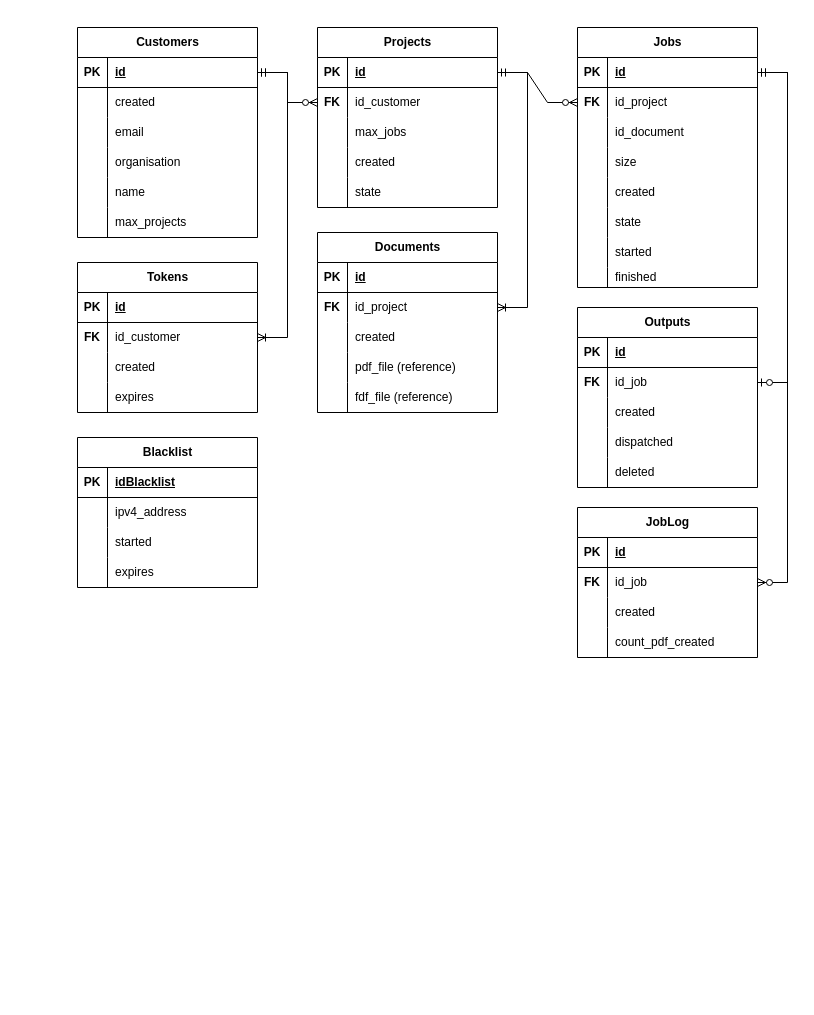
Earlier version of the draw.io diagram docs/pff-api.drawio (edenst-TPH/pdf-form-filling-api). Source tidied: cells renumbered, new cells numbered last; positions are measured from the earlier drawing's top-left corner, leaving out a move shared by most shapes. Both pictures are drawn from the tidied source at 100%, with x=0, y=0 at pixel (-83, 27).
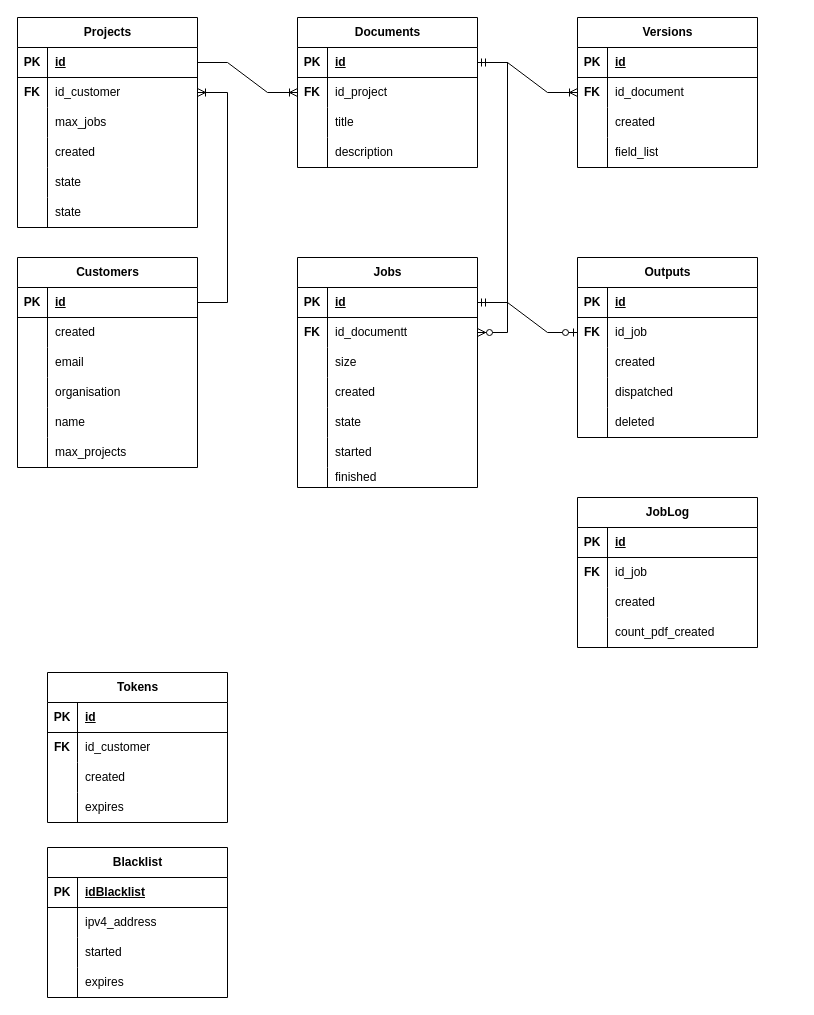
The same page after the edit.

The change refers to these unchanged cells:
```xml
<mxCell id="3" style="shape=tableRow;horizontal=0;startSize=0;swimlaneHead=0;swimlaneBody=0;fillColor=none;points=[[0,0.5],[1,0.5]];portConstraint=eastwest;top=0;left=0;right=0;bottom=1;" parent="2" vertex="1">
  <mxGeometry y="30" width="180" height="30" as="geometry" />
</mxCell>
<mxCell id="6" style="shape=tableRow;horizontal=0;startSize=0;swimlaneHead=0;swimlaneBody=0;fillColor=none;points=[[0,0.5],[1,0.5]];portConstraint=eastwest;top=0;left=0;right=0;bottom=0;" parent="2" vertex="1">
  <mxGeometry y="60" width="180" height="30" as="geometry" />
</mxCell>
<mxCell id="28" style="shape=tableRow;horizontal=0;startSize=0;swimlaneHead=0;swimlaneBody=0;fillColor=none;points=[[0,0.5],[1,0.5]];portConstraint=eastwest;top=0;left=0;right=0;bottom=1;" parent="27" vertex="1">
  <mxGeometry y="30" width="180" height="30" as="geometry" />
</mxCell>
<mxCell id="34" style="shape=tableRow;horizontal=0;startSize=0;swimlaneHead=0;swimlaneBody=0;fillColor=none;top=0;left=0;right=0;bottom=0;" parent="27" vertex="1">
  <mxGeometry y="90" width="180" height="30" as="geometry" />
</mxCell>
<mxCell id="37" style="shape=tableRow;horizontal=0;startSize=0;swimlaneHead=0;swimlaneBody=0;fillColor=none;top=0;left=0;right=0;bottom=0;" parent="27" vertex="1">
  <mxGeometry y="120" width="180" height="30" as="geometry" />
</mxCell>
<mxCell id="47" style="shape=tableRow;horizontal=0;startSize=0;swimlaneHead=0;swimlaneBody=0;fillColor=none;points=[[0,0.5],[1,0.5]];portConstraint=eastwest;top=0;left=0;right=0;bottom=0;" parent="43" vertex="1">
  <mxGeometry y="60" width="180" height="30" as="geometry" />
</mxCell>
<mxCell id="62" style="shape=tableRow;horizontal=0;startSize=0;swimlaneHead=0;swimlaneBody=0;fillColor=none;points=[[0,0.5],[1,0.5]];portConstraint=eastwest;top=0;left=0;right=0;bottom=0;" parent="58" vertex="1">
  <mxGeometry y="60" width="180" height="30" as="geometry" />
</mxCell>
<mxCell id="72" style="shape=tableRow;horizontal=0;startSize=0;swimlaneHead=0;swimlaneBody=0;fillColor=none;points=[[0,0.5],[1,0.5]];portConstraint=eastwest;top=0;left=0;right=0;bottom=1;" parent="71" vertex="1">
  <mxGeometry y="30" width="180" height="30" as="geometry" />
</mxCell>
<mxCell id="106" style="shape=tableRow;horizontal=0;startSize=0;swimlaneHead=0;swimlaneBody=0;fillColor=none;points=[[0,0.5],[1,0.5]];portConstraint=eastwest;top=0;left=0;right=0;bottom=1;" parent="105" vertex="1">
  <mxGeometry y="30" width="180" height="30" as="geometry" />
</mxCell>
<mxCell id="109" style="shape=tableRow;horizontal=0;startSize=0;swimlaneHead=0;swimlaneBody=0;fillColor=none;points=[[0,0.5],[1,0.5]];portConstraint=eastwest;top=0;left=0;right=0;bottom=0;" parent="105" vertex="1">
  <mxGeometry y="60" width="180" height="30" as="geometry" />
</mxCell>
```

What changed in the source:
```diff
@@
     <mxCell id="2" value="Jobs" style="shape=table;startSize=30;childLayout=tableLayout;rowLines=0;fontStyle=1;align=center;html=1;" parent="1" vertex="1">
-      <mxGeometry x="660" width="180" height="260" as="geometry" />
+      <mxGeometry x="380" y="230" width="180" height="230" as="geometry" />
     </mxCell>
@@
-    <mxCell id="8" value="id_project" style="shape=partialRectangle;fillColor=none;top=0;left=0;bottom=0;right=0;align=left;spacingLeft=6;overflow=hidden;whiteSpace=wrap;html=1;" parent="6" vertex="1">
+    <mxCell id="8" value="id_documentt" style="shape=partialRectangle;fillColor=none;top=0;left=0;bottom=0;right=0;align=left;spacingLeft=6;overflow=hidden;whiteSpace=wrap;html=1;" parent="6" vertex="1">
       <mxGeometry x="30" width="150" height="30" as="geometry" />
     </mxCell>
-    <mxCell id="9" style="shape=tableRow;horizontal=0;startSize=0;swimlaneHead=0;swimlaneBody=0;fillColor=none;top=0;left=0;right=0;bottom=0;" parent="2" vertex="1">
-      <mxGeometry y="90" width="180" height="30" as="geometry" />
-    </mxCell>
-    <mxCell id="10" style="shape=partialRectangle;fillColor=none;top=0;left=0;bottom=0;right=0;overflow=hidden;whiteSpace=wrap;html=1;" parent="9" vertex="1">
-      <mxGeometry width="30" height="30" as="geometry" />
-    </mxCell>
-    <mxCell id="11" value="id_document" style="shape=partialRectangle;fillColor=none;top=0;left=0;bottom=0;right=0;align=left;spacingLeft=6;overflow=hidden;whiteSpace=wrap;html=1;" parent="9" vertex="1">
-      <mxGeometry x="30" width="150" height="30" as="geometry" />
-    </mxCell>
     <mxCell id="12" style="shape=tableRow;horizontal=0;startSize=0;swimlaneHead=0;swimlaneBody=0;fillColor=none;top=0;left=0;right=0;bottom=0;" parent="2" vertex="1">
-      <mxGeometry y="120" width="180" height="30" as="geometry" />
+      <mxGeometry y="90" width="180" height="30" as="geometry" />
     </mxCell>
@@
     <mxCell id="15" style="shape=tableRow;horizontal=0;startSize=0;swimlaneHead=0;swimlaneBody=0;fillColor=none;top=0;left=0;right=0;bottom=0;" parent="2" vertex="1">
-      <mxGeometry y="150" width="180" height="30" as="geometry" />
+      <mxGeometry y="120" width="180" height="30" as="geometry" />
     </mxCell>
@@
     <mxCell id="18" style="shape=tableRow;horizontal=0;startSize=0;swimlaneHead=0;swimlaneBody=0;fillColor=none;top=0;left=0;right=0;bottom=0;" parent="2" vertex="1">
-      <mxGeometry y="180" width="180" height="30" as="geometry" />
+      <mxGeometry y="150" width="180" height="30" as="geometry" />
     </mxCell>
@@
     <mxCell id="21" style="shape=tableRow;horizontal=0;startSize=0;swimlaneHead=0;swimlaneBody=0;fillColor=none;top=0;left=0;right=0;bottom=0;" parent="2" vertex="1">
-      <mxGeometry y="210" width="180" height="30" as="geometry" />
+      <mxGeometry y="180" width="180" height="30" as="geometry" />
     </mxCell>
@@
     <mxCell id="24" style="shape=tableRow;horizontal=0;startSize=0;swimlaneHead=0;swimlaneBody=0;fillColor=none;top=0;left=0;right=0;bottom=0;" parent="2" vertex="1">
-      <mxGeometry y="240" width="180" height="20" as="geometry" />
+      <mxGeometry y="210" width="180" height="20" as="geometry" />
     </mxCell>
@@
     <mxCell id="27" value="Documents" style="shape=table;startSize=30;childLayout=tableLayout;rowLines=0;fontStyle=1;align=center;html=1;" parent="1" vertex="1">
-      <mxGeometry x="400" y="205" width="180" height="180" as="geometry" />
+      <mxGeometry x="380" y="-10" width="180" height="150" as="geometry" />
     </mxCell>
@@
-    <mxCell id="36" value="created" style="shape=partialRectangle;fillColor=none;top=0;left=0;bottom=0;right=0;align=left;spacingLeft=6;overflow=hidden;whiteSpace=wrap;html=1;" parent="34" vertex="1">
+    <mxCell id="36" value="title" style="shape=partialRectangle;fillColor=none;top=0;left=0;bottom=0;right=0;align=left;spacingLeft=6;overflow=hidden;whiteSpace=wrap;html=1;" parent="34" vertex="1">
       <mxGeometry x="30" width="150" height="30" as="geometry" />
     </mxCell>
@@
-    <mxCell id="39" value="pdf_file (reference)" style="shape=partialRectangle;fillColor=none;top=0;left=0;bottom=0;right=0;align=left;spacingLeft=6;overflow=hidden;whiteSpace=wrap;html=1;" parent="37" vertex="1">
+    <mxCell id="39" value="description" style="shape=partialRectangle;fillColor=none;top=0;left=0;bottom=0;right=0;align=left;spacingLeft=6;overflow=hidden;whiteSpace=wrap;html=1;" parent="37" vertex="1">
       <mxGeometry x="30" width="150" height="30" as="geometry" />
     </mxCell>
-    <mxCell id="40" style="shape=tableRow;horizontal=0;startSize=0;swimlaneHead=0;swimlaneBody=0;fillColor=none;top=0;left=0;right=0;bottom=0;" parent="27" vertex="1">
-      <mxGeometry y="150" width="180" height="30" as="geometry" />
-    </mxCell>
-    <mxCell id="41" style="shape=partialRectangle;fillColor=none;top=0;left=0;bottom=0;right=0;overflow=hidden;whiteSpace=wrap;html=1;" parent="40" vertex="1">
-      <mxGeometry width="30" height="30" as="geometry" />
-    </mxCell>
-    <mxCell id="42" value="fdf_file (reference)" style="shape=partialRectangle;fillColor=none;top=0;left=0;bottom=0;right=0;align=left;spacingLeft=6;overflow=hidden;whiteSpace=wrap;html=1;" parent="40" vertex="1">
-      <mxGeometry x="30" width="150" height="30" as="geometry" />
-    </mxCell>
     <mxCell id="43" value="Tokens" style="shape=table;startSize=30;childLayout=tableLayout;rowLines=0;fontStyle=1;align=center;html=1;" parent="1" vertex="1">
-      <mxGeometry x="160" y="235" width="180" height="150" as="geometry" />
+      <mxGeometry x="130" y="645" width="180" height="150" as="geometry" />
     </mxCell>
@@
-    <mxCell id="56" style="edgeStyle=entityRelationEdgeStyle;fontSize=12;html=1;endArrow=ERzeroToMany;startArrow=ERmandOne;rounded=0;" parent="1" edge="1" source="106" target="6">
+    <mxCell id="56" style="edgeStyle=entityRelationEdgeStyle;fontSize=12;html=1;endArrow=ERzeroToMany;startArrow=ERmandOne;rounded=0;exitX=1;exitY=0.5;exitDx=0;exitDy=0;entryX=1;entryY=0.5;entryDx=0;entryDy=0;" parent="1" edge="1" source="28" target="6">
       <mxGeometry relative="1" as="geometry" />
     </mxCell>
@@
     <mxCell id="58" value="&lt;div&gt;JobLog&lt;/div&gt;" style="shape=table;startSize=30;childLayout=tableLayout;rowLines=0;fontStyle=1;align=center;html=1;" parent="1" vertex="1">
-      <mxGeometry x="660" y="480" width="180" height="150" as="geometry" />
+      <mxGeometry x="660" y="470" width="180" height="150" as="geometry" />
     </mxCell>
@@
     <mxCell id="71" value="Customers" style="shape=table;startSize=30;childLayout=tableLayout;rowLines=0;fontStyle=1;align=center;html=1;" parent="1" vertex="1">
-      <mxGeometry x="160" width="180" height="210" as="geometry" />
+      <mxGeometry x="100" y="230" width="180" height="210" as="geometry" />
     </mxCell>
@@
-    <mxCell id="90" style="edgeStyle=entityRelationEdgeStyle;fontSize=12;html=1;endArrow=ERoneToMany;startArrow=ERmandOne;rounded=0;" parent="1" edge="1" source="72" target="47">
-      <mxGeometry relative="1" as="geometry">
-        <Array as="points">
-          <mxPoint y="540" />
-        </Array>
-      </mxGeometry>
-    </mxCell>
-    <mxCell id="91" style="edgeStyle=entityRelationEdgeStyle;fontSize=12;html=1;endArrow=ERzeroToMany;startArrow=ERmandOne;rounded=0;" parent="1" edge="1" source="3" target="62">
-      <mxGeometry relative="1" as="geometry" />
-    </mxCell>
     <mxCell id="92" value="Blacklist" style="shape=table;startSize=30;childLayout=tableLayout;rowLines=0;fontStyle=1;align=center;html=1;" parent="1" vertex="1">
-      <mxGeometry x="160" y="410" width="180" height="150" as="geometry" />
+      <mxGeometry x="130" y="820" width="180" height="150" as="geometry" />
     </mxCell>
@@
     <mxCell id="105" value="Projects" style="shape=table;startSize=30;childLayout=tableLayout;rowLines=0;fontStyle=1;align=center;html=1;" parent="1" vertex="1">
-      <mxGeometry x="400" width="180" height="180" as="geometry" />
+      <mxGeometry x="100" y="-10" width="180" height="210" as="geometry" />
     </mxCell>
@@
+    <mxCell id="40" style="shape=tableRow;horizontal=0;startSize=0;swimlaneHead=0;swimlaneBody=0;fillColor=none;top=0;left=0;right=0;bottom=0;" parent="105" vertex="1">
+      <mxGeometry y="150" width="180" height="30" as="geometry" />
+    </mxCell>
+    <mxCell id="139" style="shape=partialRectangle;fillColor=none;top=0;left=0;bottom=0;right=0;overflow=hidden;whiteSpace=wrap;html=1;" parent="40" vertex="1">
+      <mxGeometry width="30" height="30" as="geometry" />
+    </mxCell>
+    <mxCell id="140" value="state" style="shape=partialRectangle;fillColor=none;top=0;left=0;bottom=0;right=0;align=left;spacingLeft=6;overflow=hidden;whiteSpace=wrap;html=1;" parent="40" vertex="1">
+      <mxGeometry x="30" width="150" height="30" as="geometry" />
+    </mxCell>
     <mxCell id="118" style="shape=tableRow;horizontal=0;startSize=0;swimlaneHead=0;swimlaneBody=0;fillColor=none;top=0;left=0;right=0;bottom=0;" parent="105" vertex="1">
-      <mxGeometry y="150" width="180" height="30" as="geometry" />
+      <mxGeometry y="180" width="180" height="30" as="geometry" />
     </mxCell>
@@
-    <mxCell id="121" style="edgeStyle=entityRelationEdgeStyle;fontSize=12;html=1;endArrow=ERzeroToMany;startArrow=ERmandOne;rounded=0;" parent="1" edge="1" source="72" target="109">
-      <mxGeometry relative="1" as="geometry">
-        <Array as="points">
-          <mxPoint x="410" y="530" />
-        </Array>
-      </mxGeometry>
-    </mxCell>
     <mxCell id="122" value="Outputs" style="shape=table;startSize=30;childLayout=tableLayout;rowLines=0;fontStyle=1;align=center;html=1;" parent="1" vertex="1">
-      <mxGeometry x="660" y="280" width="180" height="180" as="geometry" />
+      <mxGeometry x="660" y="230" width="180" height="180" as="geometry" />
     </mxCell>
@@
+    <mxCell id="141" value="Versions" style="shape=table;startSize=30;childLayout=tableLayout;rowLines=0;fontStyle=1;align=center;html=1;" parent="1" vertex="1">
+      <mxGeometry x="660" y="-10" width="180" height="150" as="geometry" />
+    </mxCell>
+    <mxCell id="142" style="shape=tableRow;horizontal=0;startSize=0;swimlaneHead=0;swimlaneBody=0;fillColor=none;top=0;left=0;right=0;bottom=1;" parent="141" vertex="1">
+      <mxGeometry y="30" width="180" height="30" as="geometry" />
+    </mxCell>
+    <mxCell id="143" value="PK" style="shape=partialRectangle;fillColor=none;top=0;left=0;bottom=0;right=0;fontStyle=1;overflow=hidden;whiteSpace=wrap;html=1;" parent="142" vertex="1">
+      <mxGeometry width="30" height="30" as="geometry" />
+    </mxCell>
+    <mxCell id="144" value="id" style="shape=partialRectangle;fillColor=none;top=0;left=0;bottom=0;right=0;align=left;spacingLeft=6;fontStyle=5;overflow=hidden;whiteSpace=wrap;html=1;" parent="142" vertex="1">
+      <mxGeometry x="30" width="150" height="30" as="geometry" />
+    </mxCell>
+    <mxCell id="145" style="shape=tableRow;horizontal=0;startSize=0;swimlaneHead=0;swimlaneBody=0;fillColor=none;points=[[0,0.5],[1,0.5]];portConstraint=eastwest;top=0;left=0;right=0;bottom=0;" parent="141" vertex="1">
+      <mxGeometry y="60" width="180" height="30" as="geometry" />
+    </mxCell>
+    <mxCell id="146" value="FK" style="shape=partialRectangle;fillColor=none;top=0;left=0;bottom=0;right=0;overflow=hidden;whiteSpace=wrap;html=1;fontStyle=1;" parent="145" vertex="1">
+      <mxGeometry width="30" height="30" as="geometry" />
+    </mxCell>
+    <mxCell id="11" value="id_document" style="shape=partialRectangle;fillColor=none;top=0;left=0;bottom=0;right=0;align=left;spacingLeft=6;overflow=hidden;whiteSpace=wrap;html=1;" parent="145" vertex="1">
+      <mxGeometry x="30" width="150" height="30" as="geometry" />
+    </mxCell>
+    <mxCell id="9" style="shape=tableRow;horizontal=0;startSize=0;swimlaneHead=0;swimlaneBody=0;fillColor=none;top=0;left=0;right=0;bottom=0;" parent="141" vertex="1">
+      <mxGeometry y="90" width="180" height="30" as="geometry" />
+    </mxCell>
+    <mxCell id="147" style="shape=partialRectangle;fillColor=none;top=0;left=0;bottom=0;right=0;overflow=hidden;whiteSpace=wrap;html=1;" parent="9" vertex="1">
+      <mxGeometry width="30" height="30" as="geometry" />
+    </mxCell>
+    <mxCell id="148" value="created" style="shape=partialRectangle;fillColor=none;top=0;left=0;bottom=0;right=0;align=left;spacingLeft=6;overflow=hidden;whiteSpace=wrap;html=1;" parent="9" vertex="1">
+      <mxGeometry x="30" width="150" height="30" as="geometry" />
+    </mxCell>
+    <mxCell id="149" style="shape=tableRow;horizontal=0;startSize=0;swimlaneHead=0;swimlaneBody=0;fillColor=none;top=0;left=0;right=0;bottom=0;" parent="141" vertex="1">
+      <mxGeometry y="120" width="180" height="30" as="geometry" />
+    </mxCell>
+    <mxCell id="150" style="shape=partialRectangle;fillColor=none;top=0;left=0;bottom=0;right=0;overflow=hidden;whiteSpace=wrap;html=1;" parent="149" vertex="1">
+      <mxGeometry width="30" height="30" as="geometry" />
+    </mxCell>
+    <mxCell id="151" value="field_list" style="shape=partialRectangle;fillColor=none;top=0;left=0;bottom=0;right=0;align=left;spacingLeft=6;overflow=hidden;whiteSpace=wrap;html=1;" parent="149" vertex="1">
+      <mxGeometry x="30" width="150" height="30" as="geometry" />
+    </mxCell>
+    <mxCell id="152" style="edgeStyle=entityRelationEdgeStyle;fontSize=12;html=1;endArrow=ERoneToMany;rounded=0;exitX=1;exitY=0.5;exitDx=0;exitDy=0;entryX=0;entryY=0.5;entryDx=0;entryDy=0;" parent="1" edge="1" source="28" target="145">
+      <mxGeometry relative="1" as="geometry">
+        <Array as="points">
+          <mxPoint x="590" y="350" />
+          <mxPoint x="640" y="360" />
+        </Array>
+      </mxGeometry>
+    </mxCell>
+    <mxCell id="121" style="edgeStyle=entityRelationEdgeStyle;fontSize=12;html=1;endArrow=ERoneToMany;rounded=0;entryX=1;entryY=0.5;entryDx=0;entryDy=0;exitX=1;exitY=0.5;exitDx=0;exitDy=0;" parent="1" edge="1" source="72" target="109">
+      <mxGeometry relative="1" as="geometry">
+        <Array as="points">
+          <mxPoint x="-10" y="-220" />
+          <mxPoint x="-10" y="-160" />
+          <mxPoint x="20" y="220" />
+        </Array>
+      </mxGeometry>
+    </mxCell>
```
